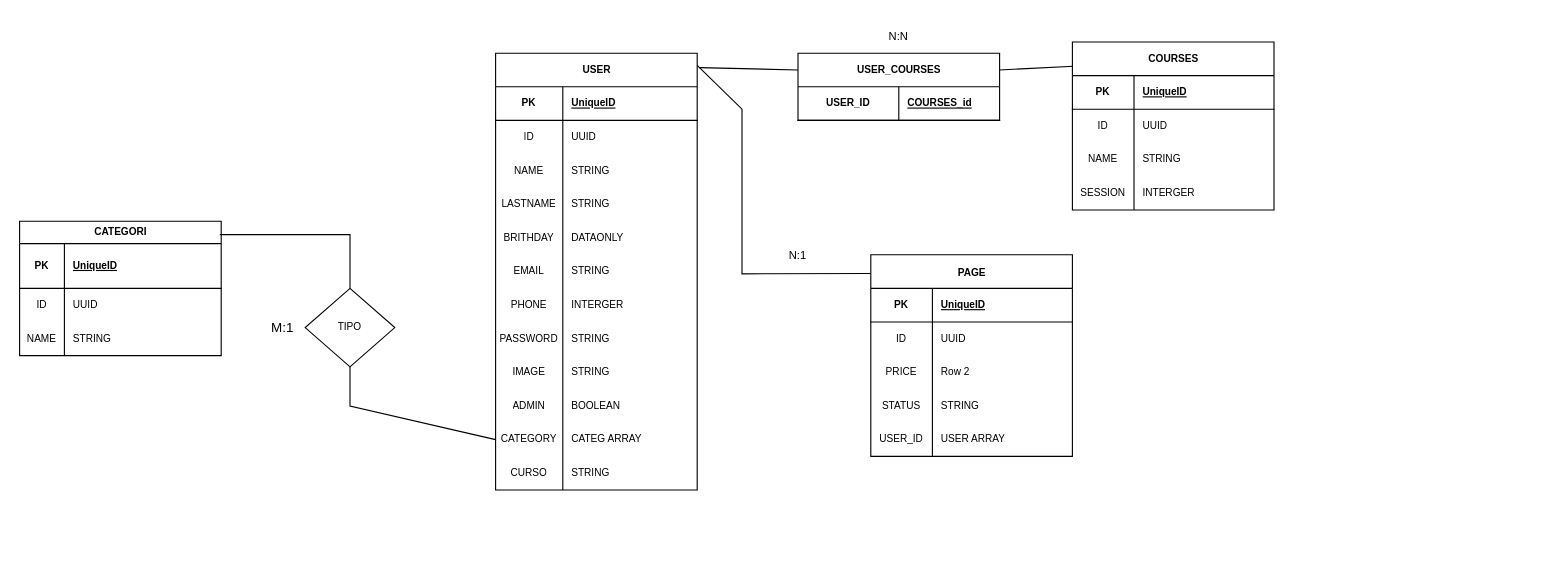
AndresAndrada/AndresAndrada keeps this draw.io diagram as Diagrama sin título.drawio. Above is the earlier version. Source tidied: cells renumbered, new cells numbered last; positions are measured from the earlier drawing's top-left corner, leaving out a move shared by most shapes. Both pictures are drawn from the tidied source at 112%, with x=0, y=0 at pixel (19, 19).
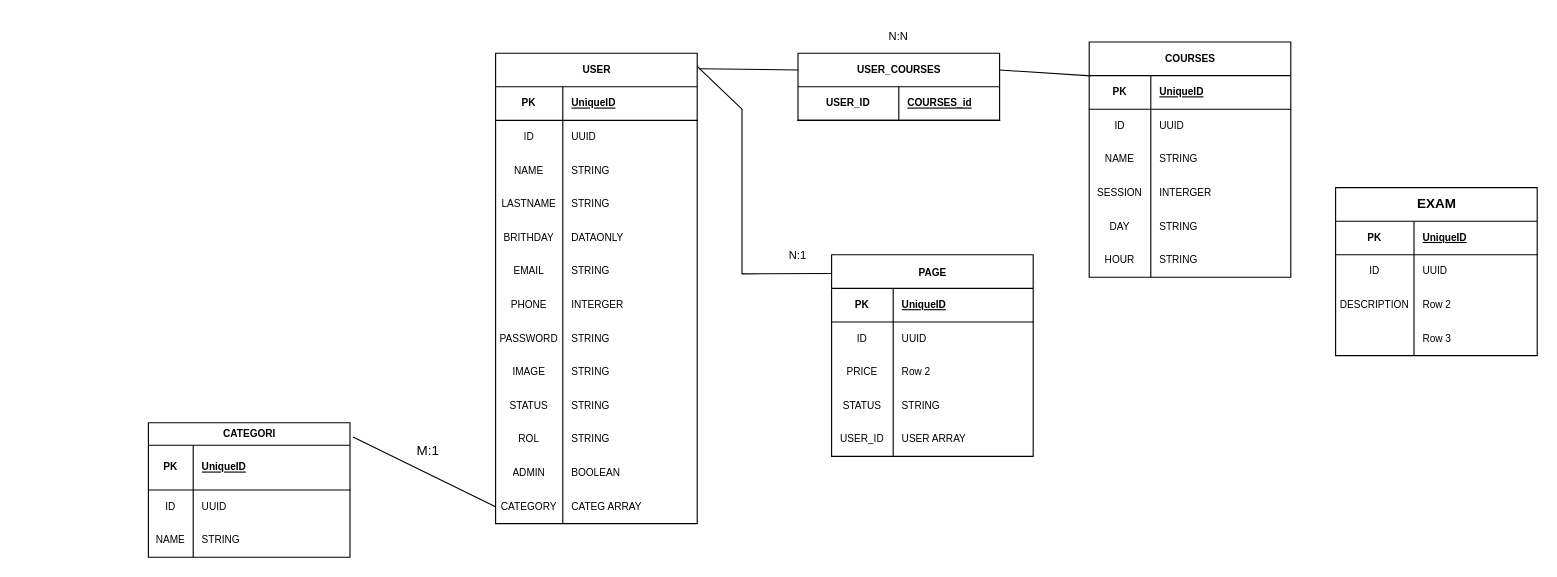
After the change.

What changed in the source:
```diff
@@
     <mxCell id="4" value="USER" style="shape=table;startSize=30;childLayout=tableLayout;rowLines=0;fontStyle=1;align=center;html=1;labelBorderColor=none;fontSize=9;" parent="1" vertex="1">
-      <mxGeometry x="425" y="30" width="180" height="390" as="geometry" />
+      <mxGeometry x="425" y="30" width="180" height="420" as="geometry" />
     </mxCell>
@@
+    <mxCell id="91" style="shape=tableRow;horizontal=0;startSize=0;swimlaneHead=0;swimlaneBody=0;fillColor=none;top=0;left=0;right=0;bottom=0;" parent="4" vertex="1">
+      <mxGeometry y="300" width="180" height="30" as="geometry" />
+    </mxCell>
+    <mxCell id="92" value="STATUS" style="shape=partialRectangle;fillColor=none;top=0;left=0;bottom=0;right=0;overflow=hidden;whiteSpace=wrap;html=1;fontSize=9;" parent="91" vertex="1">
+      <mxGeometry width="60" height="30" as="geometry" />
+    </mxCell>
+    <mxCell id="93" value="STRING" style="shape=partialRectangle;fillColor=none;top=0;left=0;bottom=0;right=0;align=left;spacingLeft=6;overflow=hidden;whiteSpace=wrap;html=1;fontSize=9;" parent="91" vertex="1">
+      <mxGeometry x="60" width="120" height="30" as="geometry" />
+    </mxCell>
+    <mxCell id="94" style="shape=tableRow;horizontal=0;startSize=0;swimlaneHead=0;swimlaneBody=0;fillColor=none;top=0;left=0;right=0;bottom=0;" parent="4" vertex="1">
+      <mxGeometry y="330" width="180" height="30" as="geometry" />
+    </mxCell>
+    <mxCell id="95" value="ROL" style="shape=partialRectangle;fillColor=none;top=0;left=0;bottom=0;right=0;overflow=hidden;whiteSpace=wrap;html=1;fontSize=9;" parent="94" vertex="1">
+      <mxGeometry width="60" height="30" as="geometry" />
+    </mxCell>
+    <mxCell id="96" value="STRING" style="shape=partialRectangle;fillColor=none;top=0;left=0;bottom=0;right=0;align=left;spacingLeft=6;overflow=hidden;whiteSpace=wrap;html=1;fontSize=9;" parent="94" vertex="1">
+      <mxGeometry x="60" width="120" height="30" as="geometry" />
+    </mxCell>
     <mxCell id="32" style="shape=tableRow;horizontal=0;startSize=0;swimlaneHead=0;swimlaneBody=0;fillColor=none;top=0;left=0;right=0;bottom=0;" parent="4" vertex="1">
-      <mxGeometry y="300" width="180" height="30" as="geometry" />
+      <mxGeometry y="360" width="180" height="30" as="geometry" />
     </mxCell>
@@
     <mxCell id="35" style="shape=tableRow;horizontal=0;startSize=0;swimlaneHead=0;swimlaneBody=0;fillColor=none;points=[[0,0.5],[1,0.5]];portConstraint=eastwest;top=0;left=0;right=0;bottom=0;" parent="4" vertex="1">
-      <mxGeometry y="330" width="180" height="30" as="geometry" />
+      <mxGeometry y="390" width="180" height="30" as="geometry" />
     </mxCell>
@@
-    <mxCell id="38" style="shape=tableRow;horizontal=0;startSize=0;swimlaneHead=0;swimlaneBody=0;fillColor=none;top=0;left=0;right=0;bottom=0;" parent="4" vertex="1">
-      <mxGeometry y="360" width="180" height="30" as="geometry" />
-    </mxCell>
-    <mxCell id="39" value="CURSO" style="shape=partialRectangle;fillColor=none;top=0;left=0;bottom=0;right=0;overflow=hidden;whiteSpace=wrap;html=1;fontSize=9;" parent="38" vertex="1">
-      <mxGeometry width="60" height="30" as="geometry" />
-    </mxCell>
-    <mxCell id="40" value="STRING" style="shape=partialRectangle;fillColor=none;top=0;left=0;bottom=0;right=0;align=left;spacingLeft=6;overflow=hidden;whiteSpace=wrap;html=1;fontSize=9;" parent="38" vertex="1">
-      <mxGeometry x="60" width="120" height="30" as="geometry" />
-    </mxCell>
     <mxCell id="41" value="COURSES" style="shape=table;startSize=30;childLayout=tableLayout;rowLines=0;fontStyle=1;align=center;html=1;fontSize=9;" parent="1" vertex="1">
-      <mxGeometry x="940" y="20" width="180" height="150" as="geometry" />
+      <mxGeometry x="955" y="20" width="180" height="210" as="geometry" />
     </mxCell>
@@
+    <mxCell id="97" style="shape=tableRow;horizontal=0;startSize=0;swimlaneHead=0;swimlaneBody=0;fillColor=none;top=0;left=0;right=0;bottom=0;" parent="41" vertex="1">
+      <mxGeometry y="150" width="180" height="30" as="geometry" />
+    </mxCell>
+    <mxCell id="98" value="DAY" style="shape=partialRectangle;fillColor=none;top=0;left=0;bottom=0;right=0;overflow=hidden;whiteSpace=wrap;html=1;fontSize=9;" parent="97" vertex="1">
+      <mxGeometry width="55" height="30" as="geometry" />
+    </mxCell>
+    <mxCell id="99" value="STRING" style="shape=partialRectangle;fillColor=none;top=0;left=0;bottom=0;right=0;align=left;spacingLeft=6;overflow=hidden;whiteSpace=wrap;html=1;fontSize=9;" parent="97" vertex="1">
+      <mxGeometry x="55" width="125" height="30" as="geometry" />
+    </mxCell>
+    <mxCell id="100" style="shape=tableRow;horizontal=0;startSize=0;swimlaneHead=0;swimlaneBody=0;fillColor=none;top=0;left=0;right=0;bottom=0;" parent="41" vertex="1">
+      <mxGeometry y="180" width="180" height="30" as="geometry" />
+    </mxCell>
+    <mxCell id="101" value="HOUR" style="shape=partialRectangle;fillColor=none;top=0;left=0;bottom=0;right=0;overflow=hidden;whiteSpace=wrap;html=1;fontSize=9;" parent="100" vertex="1">
+      <mxGeometry width="55" height="30" as="geometry" />
+    </mxCell>
+    <mxCell id="102" value="STRING" style="shape=partialRectangle;fillColor=none;top=0;left=0;bottom=0;right=0;align=left;spacingLeft=6;overflow=hidden;whiteSpace=wrap;html=1;fontSize=9;" parent="100" vertex="1">
+      <mxGeometry x="55" width="125" height="30" as="geometry" />
+    </mxCell>
     <mxCell id="54" value="CATEGORI" style="shape=table;startSize=20;childLayout=tableLayout;rowLines=0;fontStyle=1;align=center;html=1;fontSize=9;" parent="1" vertex="1">
-      <mxGeometry y="180" width="180" height="120" as="geometry" />
+      <mxGeometry x="115" y="360" width="180" height="120" as="geometry" />
     </mxCell>
@@
-    <mxCell id="65" value="TIPO" style="rhombus;whiteSpace=wrap;html=1;fontSize=9;" parent="1" vertex="1">
-      <mxGeometry x="255" y="240" width="80" height="70" as="geometry" />
-    </mxCell>
-    <mxCell id="66" style="endArrow=none;html=1;rounded=0;entryX=0.5;entryY=0;entryDx=0;entryDy=0;exitX=0.993;exitY=0.1;exitDx=0;exitDy=0;exitPerimeter=0;" parent="1" edge="1" source="54" target="65">
-      <mxGeometry relative="1" as="geometry">
-        <Array as="points">
-          <mxPoint x="295" y="192" />
-        </Array>
-      </mxGeometry>
-    </mxCell>
-    <mxCell id="67" style="endArrow=none;html=1;rounded=0;entryX=0;entryY=0.5;entryDx=0;entryDy=0;exitX=0.5;exitY=1;exitDx=0;exitDy=0;" parent="1" edge="1" source="65" target="35">
-      <mxGeometry relative="1" as="geometry">
-        <Array as="points">
-          <mxPoint x="295" y="345" />
-        </Array>
-      </mxGeometry>
+    <mxCell id="67" style="endArrow=none;html=1;rounded=0;entryX=0;entryY=0.5;entryDx=0;entryDy=0;exitX=1.015;exitY=0.105;exitDx=0;exitDy=0;exitPerimeter=0;" parent="1" edge="1" source="54" target="35">
+      <mxGeometry relative="1" as="geometry" />
     </mxCell>
     <mxCell id="68" value="M:1" style="text;strokeColor=none;align=center;fillColor=none;html=1;verticalAlign=middle;whiteSpace=wrap;rounded=0;" parent="1" vertex="1">
-      <mxGeometry x="205" y="260" width="60" height="30" as="geometry" />
+      <mxGeometry x="335" y="370" width="60" height="30" as="geometry" />
     </mxCell>
@@
     <mxCell id="73" value="&lt;font style=&quot;font-size: 9px;&quot;&gt;PAGE&lt;/font&gt;" style="shape=table;startSize=30;childLayout=tableLayout;rowLines=0;fontStyle=1;align=center;html=1;" parent="1" vertex="1">
-      <mxGeometry x="760" y="210" width="180" height="180" as="geometry" />
+      <mxGeometry x="725" y="210" width="180" height="180" as="geometry" />
     </mxCell>
@@
+    <mxCell id="103" value="EXAM" style="shape=table;startSize=30;childLayout=tableLayout;rowLines=0;fontStyle=1;align=center;html=1;" parent="1" vertex="1">
+      <mxGeometry x="1175" y="150" width="180" height="150" as="geometry" />
+    </mxCell>
+    <mxCell id="104" style="shape=tableRow;horizontal=0;startSize=0;swimlaneHead=0;swimlaneBody=0;fillColor=none;top=0;left=0;right=0;bottom=1;" parent="103" vertex="1">
+      <mxGeometry y="30" width="180" height="30" as="geometry" />
+    </mxCell>
+    <mxCell id="105" value="PK" style="shape=partialRectangle;fillColor=none;top=0;left=0;bottom=0;right=0;fontStyle=1;overflow=hidden;whiteSpace=wrap;html=1;fontSize=9;" parent="104" vertex="1">
+      <mxGeometry width="70" height="30" as="geometry" />
+    </mxCell>
+    <mxCell id="106" value="UniqueID" style="shape=partialRectangle;fillColor=none;top=0;left=0;bottom=0;right=0;align=left;spacingLeft=6;fontStyle=5;overflow=hidden;whiteSpace=wrap;html=1;fontSize=9;" parent="104" vertex="1">
+      <mxGeometry x="70" width="110" height="30" as="geometry" />
+    </mxCell>
+    <mxCell id="107" style="shape=tableRow;horizontal=0;startSize=0;swimlaneHead=0;swimlaneBody=0;fillColor=none;top=0;left=0;right=0;bottom=0;" parent="103" vertex="1">
+      <mxGeometry y="60" width="180" height="30" as="geometry" />
+    </mxCell>
+    <mxCell id="108" value="ID" style="shape=partialRectangle;fillColor=none;top=0;left=0;bottom=0;right=0;overflow=hidden;whiteSpace=wrap;html=1;fontSize=9;" parent="107" vertex="1">
+      <mxGeometry width="70" height="30" as="geometry" />
+    </mxCell>
+    <mxCell id="109" value="UUID" style="shape=partialRectangle;fillColor=none;top=0;left=0;bottom=0;right=0;align=left;spacingLeft=6;overflow=hidden;whiteSpace=wrap;html=1;fontSize=9;" parent="107" vertex="1">
+      <mxGeometry x="70" width="110" height="30" as="geometry" />
+    </mxCell>
+    <mxCell id="110" style="shape=tableRow;horizontal=0;startSize=0;swimlaneHead=0;swimlaneBody=0;fillColor=none;top=0;left=0;right=0;bottom=0;" parent="103" vertex="1">
+      <mxGeometry y="90" width="180" height="30" as="geometry" />
+    </mxCell>
+    <mxCell id="111" value="DESCRIPTION" style="shape=partialRectangle;fillColor=none;top=0;left=0;bottom=0;right=0;overflow=hidden;whiteSpace=wrap;html=1;fontSize=9;" parent="110" vertex="1">
+      <mxGeometry width="70" height="30" as="geometry" />
+    </mxCell>
+    <mxCell id="112" value="Row 2" style="shape=partialRectangle;fillColor=none;top=0;left=0;bottom=0;right=0;align=left;spacingLeft=6;overflow=hidden;whiteSpace=wrap;html=1;fontSize=9;" parent="110" vertex="1">
+      <mxGeometry x="70" width="110" height="30" as="geometry" />
+    </mxCell>
+    <mxCell id="113" style="shape=tableRow;horizontal=0;startSize=0;swimlaneHead=0;swimlaneBody=0;fillColor=none;top=0;left=0;right=0;bottom=0;" parent="103" vertex="1">
+      <mxGeometry y="120" width="180" height="30" as="geometry" />
+    </mxCell>
+    <mxCell id="114" style="shape=partialRectangle;fillColor=none;top=0;left=0;bottom=0;right=0;overflow=hidden;whiteSpace=wrap;html=1;fontSize=9;" parent="113" vertex="1">
+      <mxGeometry width="70" height="30" as="geometry" />
+    </mxCell>
+    <mxCell id="115" value="Row 3" style="shape=partialRectangle;fillColor=none;top=0;left=0;bottom=0;right=0;align=left;spacingLeft=6;overflow=hidden;whiteSpace=wrap;html=1;fontSize=9;" parent="113" vertex="1">
+      <mxGeometry x="70" width="110" height="30" as="geometry" />
+    </mxCell>
```
